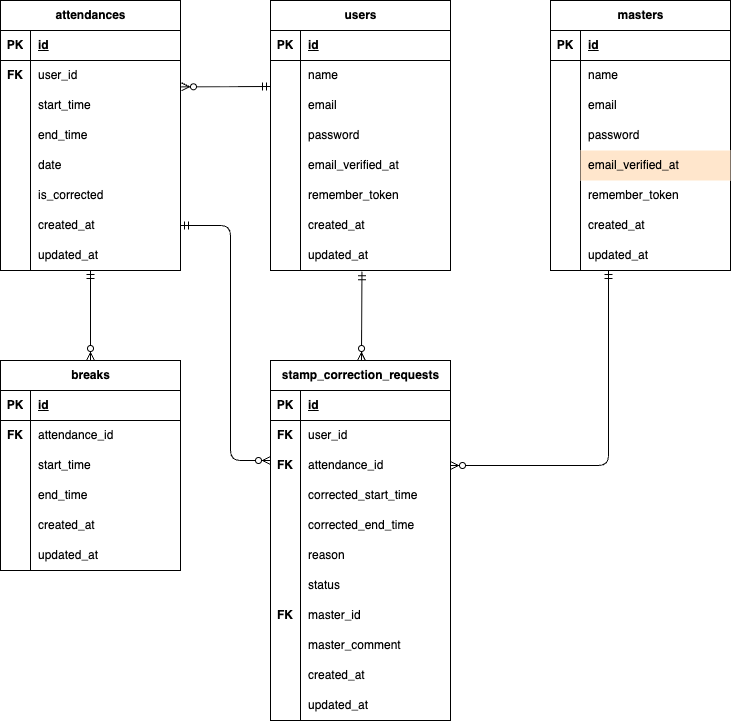
This is er.drawio.png from S185900/coachtech-attendance, a draw.io export, as it was before one commit. Source tidied: cells renumbered, new cells last; positions are measured from the earlier drawing's top-left corner, leaving out a move shared by most shapes.
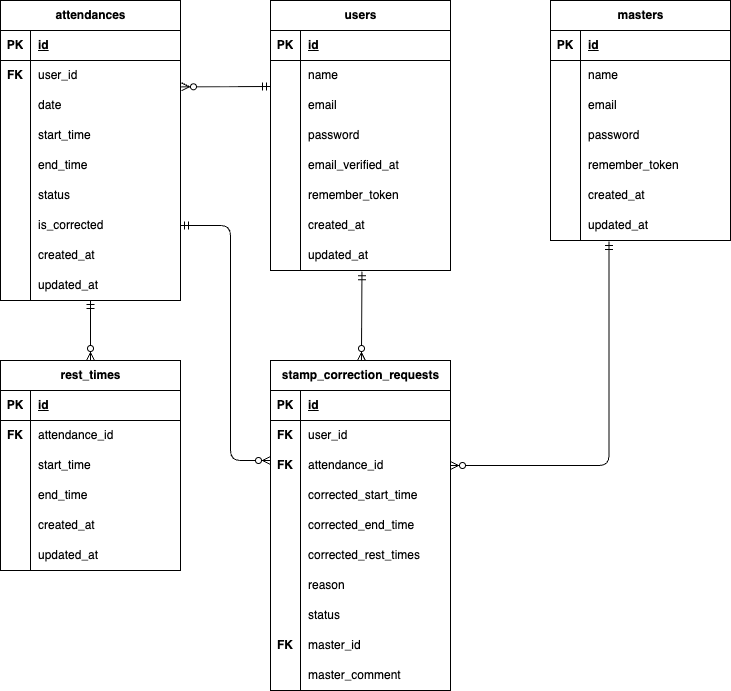
After the change.

What changed in the source:
```diff
@@ -78,7 +78,7 @@
       <mxGeometry x="30" width="150" height="30" as="geometry" />
     </mxCell>
     <mxCell id="27" value="masters" style="shape=table;startSize=30;rowLines=0;fontStyle=1;align=center;html=1;" parent="1" vertex="1">
-      <mxGeometry x="550" width="180" height="270" as="geometry" />
+      <mxGeometry x="550" width="180" height="240" as="geometry" />
     </mxCell>
     <mxCell id="28" style="shape=tableRow;horizontal=0;startSize=0;swimlaneHead=0;swimlaneBody=0;fillColor=none;top=0;left=0;right=0;bottom=1;" parent="27" vertex="1">
       <mxGeometry y="30" width="180" height="30" as="geometry" />
@@ -116,17 +116,8 @@
     <mxCell id="39" value="password" style="shape=partialRectangle;fillColor=none;top=0;left=0;bottom=0;right=0;align=left;spacingLeft=6;overflow=hidden;whiteSpace=wrap;html=1;" parent="37" vertex="1">
       <mxGeometry x="30" width="150" height="30" as="geometry" />
     </mxCell>
-    <mxCell id="40" style="shape=tableRow;horizontal=0;startSize=0;swimlaneHead=0;swimlaneBody=0;fillColor=none;top=0;left=0;right=0;bottom=0;" parent="27" vertex="1">
-      <mxGeometry y="150" width="180" height="30" as="geometry" />
-    </mxCell>
-    <mxCell id="41" style="shape=partialRectangle;fillColor=none;top=0;left=0;bottom=0;right=0;overflow=hidden;whiteSpace=wrap;html=1;" parent="40" vertex="1">
-      <mxGeometry width="30" height="30" as="geometry" />
-    </mxCell>
-    <mxCell id="42" value="email_verified_at" style="shape=partialRectangle;fillColor=#ffe6cc;top=0;left=0;bottom=0;right=0;align=left;spacingLeft=6;overflow=hidden;whiteSpace=wrap;html=1;strokeColor=#d79b00;" parent="40" vertex="1">
-      <mxGeometry x="30" width="150" height="30" as="geometry" />
-    </mxCell>
     <mxCell id="43" style="shape=tableRow;horizontal=0;startSize=0;swimlaneHead=0;swimlaneBody=0;fillColor=none;top=0;left=0;right=0;bottom=0;" parent="27" vertex="1">
-      <mxGeometry y="180" width="180" height="30" as="geometry" />
+      <mxGeometry y="150" width="180" height="30" as="geometry" />
     </mxCell>
     <mxCell id="44" style="shape=partialRectangle;fillColor=none;top=0;left=0;bottom=0;right=0;overflow=hidden;whiteSpace=wrap;html=1;" parent="43" vertex="1">
       <mxGeometry width="30" height="30" as="geometry" />
@@ -135,7 +126,7 @@
       <mxGeometry x="30" width="150" height="30" as="geometry" />
     </mxCell>
     <mxCell id="46" style="shape=tableRow;horizontal=0;startSize=0;swimlaneHead=0;swimlaneBody=0;fillColor=none;top=0;left=0;right=0;bottom=0;" parent="27" vertex="1">
-      <mxGeometry y="210" width="180" height="30" as="geometry" />
+      <mxGeometry y="180" width="180" height="30" as="geometry" />
     </mxCell>
     <mxCell id="47" style="shape=partialRectangle;fillColor=none;top=0;left=0;bottom=0;right=0;overflow=hidden;whiteSpace=wrap;html=1;" parent="46" vertex="1">
       <mxGeometry width="30" height="30" as="geometry" />
@@ -144,7 +135,7 @@
       <mxGeometry x="30" width="150" height="30" as="geometry" />
     </mxCell>
     <mxCell id="49" style="shape=tableRow;horizontal=0;startSize=0;swimlaneHead=0;swimlaneBody=0;fillColor=none;points=[[0,0.5],[1,0.5]];portConstraint=eastwest;top=0;left=0;right=0;bottom=0;" parent="27" vertex="1">
-      <mxGeometry y="240" width="180" height="30" as="geometry" />
+      <mxGeometry y="210" width="180" height="30" as="geometry" />
     </mxCell>
     <mxCell id="50" style="shape=partialRectangle;fillColor=none;top=0;left=0;bottom=0;right=0;overflow=hidden;whiteSpace=wrap;html=1;" parent="49" vertex="1">
       <mxGeometry width="30" height="30" as="geometry" />
@@ -153,7 +144,7 @@
       <mxGeometry x="30" width="150" height="30" as="geometry" />
     </mxCell>
     <mxCell id="52" value="attendances" style="shape=table;startSize=30;rowLines=0;fontStyle=1;align=center;html=1;" parent="1" vertex="1">
-      <mxGeometry width="180" height="270" as="geometry" />
+      <mxGeometry width="180" height="300" as="geometry" />
     </mxCell>
     <mxCell id="53" style="shape=tableRow;horizontal=0;startSize=0;swimlaneHead=0;swimlaneBody=0;fillColor=none;top=0;left=0;right=0;bottom=1;" parent="52" vertex="1">
       <mxGeometry y="30" width="180" height="30" as="geometry" />
@@ -179,7 +170,7 @@
     <mxCell id="60" style="shape=partialRectangle;fillColor=none;top=0;left=0;bottom=0;right=0;overflow=hidden;whiteSpace=wrap;html=1;" parent="59" vertex="1">
       <mxGeometry width="30" height="30" as="geometry" />
     </mxCell>
-    <mxCell id="61" value="start_time" style="shape=partialRectangle;fillColor=none;top=0;left=0;bottom=0;right=0;align=left;spacingLeft=6;overflow=hidden;whiteSpace=wrap;html=1;" parent="59" vertex="1">
+    <mxCell id="61" value="date" style="shape=partialRectangle;fillColor=none;top=0;left=0;bottom=0;right=0;align=left;spacingLeft=6;overflow=hidden;whiteSpace=wrap;html=1;" parent="59" vertex="1">
       <mxGeometry x="30" width="150" height="30" as="geometry" />
     </mxCell>
     <mxCell id="62" style="shape=tableRow;horizontal=0;startSize=0;swimlaneHead=0;swimlaneBody=0;fillColor=none;top=0;left=0;right=0;bottom=0;" parent="52" vertex="1">
@@ -188,7 +179,7 @@
     <mxCell id="63" style="shape=partialRectangle;fillColor=none;top=0;left=0;bottom=0;right=0;overflow=hidden;whiteSpace=wrap;html=1;" parent="62" vertex="1">
       <mxGeometry width="30" height="30" as="geometry" />
     </mxCell>
-    <mxCell id="64" value="end_time" style="shape=partialRectangle;fillColor=none;top=0;left=0;bottom=0;right=0;align=left;spacingLeft=6;overflow=hidden;whiteSpace=wrap;html=1;" parent="62" vertex="1">
+    <mxCell id="64" value="&lt;span style=&quot;color: rgb(0, 0, 0);&quot;&gt;start_time&lt;/span&gt;" style="shape=partialRectangle;fillColor=none;top=0;left=0;bottom=0;right=0;align=left;spacingLeft=6;overflow=hidden;whiteSpace=wrap;html=1;" parent="62" vertex="1">
       <mxGeometry x="30" width="150" height="30" as="geometry" />
     </mxCell>
     <mxCell id="65" style="shape=tableRow;horizontal=0;startSize=0;swimlaneHead=0;swimlaneBody=0;fillColor=none;top=0;left=0;right=0;bottom=0;" parent="52" vertex="1">
@@ -197,7 +188,7 @@
     <mxCell id="66" style="shape=partialRectangle;fillColor=none;top=0;left=0;bottom=0;right=0;overflow=hidden;whiteSpace=wrap;html=1;" parent="65" vertex="1">
       <mxGeometry width="30" height="30" as="geometry" />
     </mxCell>
-    <mxCell id="67" value="date" style="shape=partialRectangle;fillColor=none;top=0;left=0;bottom=0;right=0;align=left;spacingLeft=6;overflow=hidden;whiteSpace=wrap;html=1;" parent="65" vertex="1">
+    <mxCell id="67" value="&lt;span style=&quot;color: rgb(0, 0, 0);&quot;&gt;end_time&lt;/span&gt;" style="shape=partialRectangle;fillColor=none;top=0;left=0;bottom=0;right=0;align=left;spacingLeft=6;overflow=hidden;whiteSpace=wrap;html=1;" parent="65" vertex="1">
       <mxGeometry x="30" width="150" height="30" as="geometry" />
     </mxCell>
     <mxCell id="68" style="shape=tableRow;horizontal=0;startSize=0;swimlaneHead=0;swimlaneBody=0;fillColor=none;top=0;left=0;right=0;bottom=0;" parent="52" vertex="1">
@@ -206,7 +197,7 @@
     <mxCell id="69" style="shape=partialRectangle;fillColor=none;top=0;left=0;bottom=0;right=0;overflow=hidden;whiteSpace=wrap;html=1;" parent="68" vertex="1">
       <mxGeometry width="30" height="30" as="geometry" />
     </mxCell>
-    <mxCell id="70" value="is_corrected" style="shape=partialRectangle;fillColor=none;top=0;left=0;bottom=0;right=0;align=left;spacingLeft=6;overflow=hidden;whiteSpace=wrap;html=1;" parent="68" vertex="1">
+    <mxCell id="70" value="status" style="shape=partialRectangle;fillColor=none;top=0;left=0;bottom=0;right=0;align=left;spacingLeft=6;overflow=hidden;whiteSpace=wrap;html=1;" parent="68" vertex="1">
       <mxGeometry x="30" width="150" height="30" as="geometry" />
     </mxCell>
     <mxCell id="71" style="shape=tableRow;horizontal=0;startSize=0;swimlaneHead=0;swimlaneBody=0;fillColor=none;points=[[0,0.5],[1,0.5]];portConstraint=eastwest;top=0;left=0;right=0;bottom=0;" parent="52" vertex="1">
@@ -215,7 +206,7 @@
     <mxCell id="72" style="shape=partialRectangle;fillColor=none;top=0;left=0;bottom=0;right=0;overflow=hidden;whiteSpace=wrap;html=1;" parent="71" vertex="1">
       <mxGeometry width="30" height="30" as="geometry" />
     </mxCell>
-    <mxCell id="73" value="created_at" style="shape=partialRectangle;fillColor=none;top=0;left=0;bottom=0;right=0;align=left;spacingLeft=6;overflow=hidden;whiteSpace=wrap;html=1;" parent="71" vertex="1">
+    <mxCell id="73" value="&lt;span style=&quot;color: rgb(0, 0, 0);&quot;&gt;is_corrected&lt;/span&gt;" style="shape=partialRectangle;fillColor=none;top=0;left=0;bottom=0;right=0;align=left;spacingLeft=6;overflow=hidden;whiteSpace=wrap;html=1;" parent="71" vertex="1">
       <mxGeometry x="30" width="150" height="30" as="geometry" />
     </mxCell>
     <mxCell id="74" style="shape=tableRow;horizontal=0;startSize=0;swimlaneHead=0;swimlaneBody=0;fillColor=none;top=0;left=0;right=0;bottom=0;" parent="52" vertex="1">
@@ -224,13 +215,22 @@
     <mxCell id="75" style="shape=partialRectangle;fillColor=none;top=0;left=0;bottom=0;right=0;overflow=hidden;whiteSpace=wrap;html=1;" parent="74" vertex="1">
       <mxGeometry width="30" height="30" as="geometry" />
     </mxCell>
-    <mxCell id="76" value="updated_at" style="shape=partialRectangle;fillColor=none;top=0;left=0;bottom=0;right=0;align=left;spacingLeft=6;overflow=hidden;whiteSpace=wrap;html=1;" parent="74" vertex="1">
+    <mxCell id="76" value="&lt;span style=&quot;color: rgb(0, 0, 0);&quot;&gt;created_at&lt;/span&gt;" style="shape=partialRectangle;fillColor=none;top=0;left=0;bottom=0;right=0;align=left;spacingLeft=6;overflow=hidden;whiteSpace=wrap;html=1;" parent="74" vertex="1">
       <mxGeometry x="30" width="150" height="30" as="geometry" />
     </mxCell>
+    <mxCell id="140" style="shape=tableRow;horizontal=0;startSize=0;swimlaneHead=0;swimlaneBody=0;fillColor=none;top=0;left=0;right=0;bottom=0;" parent="52" vertex="1">
+      <mxGeometry y="270" width="180" height="30" as="geometry" />
+    </mxCell>
+    <mxCell id="141" style="shape=partialRectangle;fillColor=none;top=0;left=0;bottom=0;right=0;overflow=hidden;whiteSpace=wrap;html=1;" parent="140" vertex="1">
+      <mxGeometry width="30" height="30" as="geometry" />
+    </mxCell>
+    <mxCell id="131" value="updated_at" style="shape=partialRectangle;fillColor=none;top=0;left=0;bottom=0;right=0;align=left;spacingLeft=6;overflow=hidden;whiteSpace=wrap;html=1;" parent="140" vertex="1">
+      <mxGeometry x="30" width="150" height="30" as="geometry" />
+    </mxCell>
     <mxCell id="77" value="FK" style="shape=partialRectangle;fillColor=none;top=0;left=0;bottom=0;right=0;fontStyle=1;overflow=hidden;whiteSpace=wrap;html=1;" parent="1" vertex="1">
       <mxGeometry y="60" width="30" height="30" as="geometry" />
     </mxCell>
-    <mxCell id="78" value="breaks" style="shape=table;startSize=30;rowLines=0;fontStyle=1;align=center;html=1;" parent="1" vertex="1">
+    <mxCell id="78" value="rest_times" style="shape=table;startSize=30;rowLines=0;fontStyle=1;align=center;html=1;" parent="1" vertex="1">
       <mxGeometry y="360" width="180" height="210" as="geometry" />
     </mxCell>
     <mxCell id="79" style="shape=tableRow;horizontal=0;startSize=0;swimlaneHead=0;swimlaneBody=0;fillColor=none;top=0;left=0;right=0;bottom=1;" parent="78" vertex="1">
@@ -291,7 +291,7 @@
       <mxGeometry y="420" width="30" height="30" as="geometry" />
     </mxCell>
     <mxCell id="98" value="stamp_correction_requests" style="shape=table;startSize=30;rowLines=0;fontStyle=1;align=center;html=1;" parent="1" vertex="1">
-      <mxGeometry x="270" y="360" width="180" height="360" as="geometry" />
+      <mxGeometry x="270" y="360" width="180" height="330" as="geometry" />
     </mxCell>
     <mxCell id="99" style="shape=tableRow;horizontal=0;startSize=0;swimlaneHead=0;swimlaneBody=0;fillColor=none;top=0;left=0;right=0;bottom=1;" parent="98" vertex="1">
       <mxGeometry y="30" width="180" height="30" as="geometry" />
@@ -338,8 +338,17 @@
     <mxCell id="113" value="corrected_end_time" style="shape=partialRectangle;fillColor=none;top=0;left=0;bottom=0;right=0;align=left;spacingLeft=6;overflow=hidden;whiteSpace=wrap;html=1;" parent="111" vertex="1">
       <mxGeometry x="30" width="150" height="30" as="geometry" />
     </mxCell>
+    <mxCell id="142" style="shape=tableRow;horizontal=0;startSize=0;swimlaneHead=0;swimlaneBody=0;fillColor=none;top=0;left=0;right=0;bottom=0;" parent="98" vertex="1">
+      <mxGeometry y="180" width="180" height="30" as="geometry" />
+    </mxCell>
+    <mxCell id="143" style="shape=partialRectangle;fillColor=none;top=0;left=0;bottom=0;right=0;overflow=hidden;whiteSpace=wrap;html=1;" parent="142" vertex="1">
+      <mxGeometry width="30" height="30" as="geometry" />
+    </mxCell>
+    <mxCell id="144" value="corrected_rest_times" style="shape=partialRectangle;fillColor=none;top=0;left=0;bottom=0;right=0;align=left;spacingLeft=6;overflow=hidden;whiteSpace=wrap;html=1;" parent="142" vertex="1">
+      <mxGeometry x="30" width="150" height="30" as="geometry" />
+    </mxCell>
     <mxCell id="114" style="shape=tableRow;horizontal=0;startSize=0;swimlaneHead=0;swimlaneBody=0;fillColor=none;top=0;left=0;right=0;bottom=0;" parent="98" vertex="1">
-      <mxGeometry y="180" width="180" height="30" as="geometry" />
+      <mxGeometry y="210" width="180" height="30" as="geometry" />
     </mxCell>
     <mxCell id="115" style="shape=partialRectangle;fillColor=none;top=0;left=0;bottom=0;right=0;overflow=hidden;whiteSpace=wrap;html=1;" parent="114" vertex="1">
       <mxGeometry width="30" height="30" as="geometry" />
@@ -348,7 +357,7 @@
       <mxGeometry x="30" width="150" height="30" as="geometry" />
     </mxCell>
     <mxCell id="117" style="shape=tableRow;horizontal=0;startSize=0;swimlaneHead=0;swimlaneBody=0;fillColor=none;top=0;left=0;right=0;bottom=0;" parent="98" vertex="1">
-      <mxGeometry y="210" width="180" height="30" as="geometry" />
+      <mxGeometry y="240" width="180" height="30" as="geometry" />
     </mxCell>
     <mxCell id="118" style="shape=partialRectangle;fillColor=none;top=0;left=0;bottom=0;right=0;overflow=hidden;whiteSpace=wrap;html=1;" parent="117" vertex="1">
       <mxGeometry width="30" height="30" as="geometry" />
@@ -357,7 +366,7 @@
       <mxGeometry x="30" width="150" height="30" as="geometry" />
     </mxCell>
     <mxCell id="120" style="shape=tableRow;horizontal=0;startSize=0;swimlaneHead=0;swimlaneBody=0;fillColor=none;top=0;left=0;right=0;bottom=0;" parent="98" vertex="1">
-      <mxGeometry y="240" width="180" height="30" as="geometry" />
+      <mxGeometry y="270" width="180" height="30" as="geometry" />
     </mxCell>
     <mxCell id="121" style="shape=partialRectangle;fillColor=none;top=0;left=0;bottom=0;right=0;overflow=hidden;whiteSpace=wrap;html=1;" parent="120" vertex="1">
       <mxGeometry width="30" height="30" as="geometry" />
@@ -366,7 +375,7 @@
       <mxGeometry x="30" width="150" height="30" as="geometry" />
     </mxCell>
     <mxCell id="123" style="shape=tableRow;horizontal=0;startSize=0;swimlaneHead=0;swimlaneBody=0;fillColor=none;top=0;left=0;right=0;bottom=0;" parent="98" vertex="1">
-      <mxGeometry y="270" width="180" height="30" as="geometry" />
+      <mxGeometry y="300" width="180" height="30" as="geometry" />
     </mxCell>
     <mxCell id="124" style="shape=partialRectangle;fillColor=none;top=0;left=0;bottom=0;right=0;overflow=hidden;whiteSpace=wrap;html=1;" parent="123" vertex="1">
       <mxGeometry width="30" height="30" as="geometry" />
@@ -374,24 +383,6 @@
     <mxCell id="125" value="master_comment" style="shape=partialRectangle;fillColor=none;top=0;left=0;bottom=0;right=0;align=left;spacingLeft=6;overflow=hidden;whiteSpace=wrap;html=1;" parent="123" vertex="1">
       <mxGeometry x="30" width="150" height="30" as="geometry" />
     </mxCell>
-    <mxCell id="126" style="shape=tableRow;horizontal=0;startSize=0;swimlaneHead=0;swimlaneBody=0;fillColor=none;top=0;left=0;right=0;bottom=0;" parent="98" vertex="1">
-      <mxGeometry y="300" width="180" height="30" as="geometry" />
-    </mxCell>
-    <mxCell id="127" style="shape=partialRectangle;fillColor=none;top=0;left=0;bottom=0;right=0;overflow=hidden;whiteSpace=wrap;html=1;" parent="126" vertex="1">
-      <mxGeometry width="30" height="30" as="geometry" />
-    </mxCell>
-    <mxCell id="128" value="&lt;span style=&quot;color: rgb(0, 0, 0);&quot;&gt;created_at&lt;/span&gt;" style="shape=partialRectangle;fillColor=none;top=0;left=0;bottom=0;right=0;align=left;spacingLeft=6;overflow=hidden;whiteSpace=wrap;html=1;" parent="126" vertex="1">
-      <mxGeometry x="30" width="150" height="30" as="geometry" />
-    </mxCell>
-    <mxCell id="129" style="shape=tableRow;horizontal=0;startSize=0;swimlaneHead=0;swimlaneBody=0;fillColor=none;top=0;left=0;right=0;bottom=0;" parent="98" vertex="1">
-      <mxGeometry y="330" width="180" height="30" as="geometry" />
-    </mxCell>
-    <mxCell id="130" style="shape=partialRectangle;fillColor=none;top=0;left=0;bottom=0;right=0;overflow=hidden;whiteSpace=wrap;html=1;" parent="129" vertex="1">
-      <mxGeometry width="30" height="30" as="geometry" />
-    </mxCell>
-    <mxCell id="131" value="&lt;span style=&quot;color: rgb(0, 0, 0);&quot;&gt;updated_at&lt;/span&gt;" style="shape=partialRectangle;fillColor=none;top=0;left=0;bottom=0;right=0;align=left;spacingLeft=6;overflow=hidden;whiteSpace=wrap;html=1;" parent="129" vertex="1">
-      <mxGeometry x="30" width="150" height="30" as="geometry" />
-    </mxCell>
     <mxCell id="132" value="FK" style="shape=partialRectangle;fillColor=none;top=0;left=0;bottom=0;right=0;fontStyle=1;overflow=hidden;whiteSpace=wrap;html=1;" parent="1" vertex="1">
       <mxGeometry x="270" y="450" width="30" height="30" as="geometry" />
     </mxCell>
@@ -399,7 +390,7 @@
       <mxGeometry x="270" y="420" width="30" height="30" as="geometry" />
     </mxCell>
     <mxCell id="134" value="FK" style="shape=partialRectangle;fillColor=none;top=0;left=0;bottom=0;right=0;fontStyle=1;overflow=hidden;whiteSpace=wrap;html=1;" parent="1" vertex="1">
-      <mxGeometry x="270" y="600" width="30" height="30" as="geometry" />
+      <mxGeometry x="270" y="630" width="30" height="30" as="geometry" />
     </mxCell>
     <mxCell id="135" style="fontSize=12;html=1;endArrow=ERzeroToMany;startArrow=ERmandOne;entryX=1.011;entryY=-0.122;entryDx=0;entryDy=0;entryPerimeter=0;" parent="1" edge="1">
       <mxGeometry relative="1" as="geometry">
@@ -410,17 +401,16 @@
     <mxCell id="136" style="fontSize=12;html=1;endArrow=ERzeroToMany;startArrow=ERmandOne;exitX=0.508;exitY=1.044;exitDx=0;exitDy=0;exitPerimeter=0;" parent="1" edge="1" source="24" target="98">
       <mxGeometry relative="1" as="geometry" />
     </mxCell>
-    <mxCell id="137" style="edgeStyle=orthogonalEdgeStyle;fontSize=12;html=1;endArrow=ERzeroToMany;startArrow=ERmandOne;entryX=1;entryY=0.5;entryDx=0;entryDy=0;" parent="1" edge="1" target="105">
+    <mxCell id="137" style="edgeStyle=orthogonalEdgeStyle;fontSize=12;html=1;endArrow=ERzeroToMany;startArrow=ERmandOne;entryX=1;entryY=0.5;entryDx=0;entryDy=0;exitX=0.325;exitY=1.033;exitDx=0;exitDy=0;exitPerimeter=0;" parent="1" edge="1" source="49" target="105">
       <mxGeometry relative="1" as="geometry">
-        <mxPoint x="608" y="270" as="sourcePoint" />
         <Array as="points">
-          <mxPoint x="608" y="465" />
+          <mxPoint x="609" y="465" />
         </Array>
       </mxGeometry>
     </mxCell>
     <mxCell id="138" style="fontSize=12;html=1;endArrow=ERzeroToMany;startArrow=ERmandOne;entryX=0.5;entryY=0;entryDx=0;entryDy=0;" parent="1" edge="1" target="78">
       <mxGeometry relative="1" as="geometry">
-        <mxPoint x="90" y="270" as="sourcePoint" />
+        <mxPoint x="90" y="300" as="sourcePoint" />
       </mxGeometry>
     </mxCell>
     <mxCell id="139" style="edgeStyle=orthogonalEdgeStyle;fontSize=12;html=1;endArrow=ERzeroToMany;startArrow=ERmandOne;exitX=1;exitY=0.5;exitDx=0;exitDy=0;" parent="1" edge="1" source="71">
```
